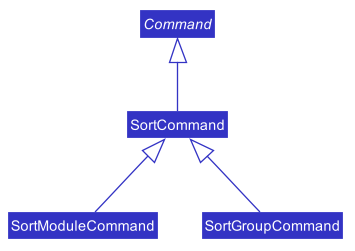
Before: docs/images/SortCommandsClassDiagram.png, a diagram exported from PlantUML (nus-cs2103-AY1920S2/addressbook-level3).
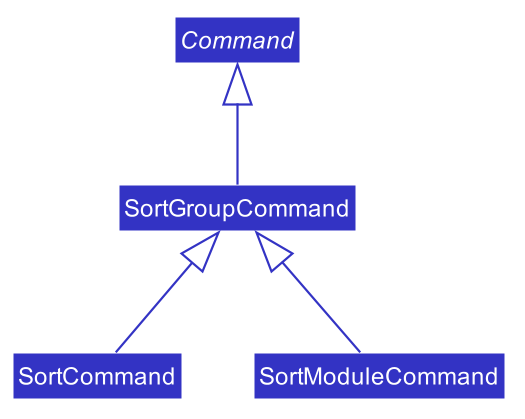
The same diagram one commit later.

The edit, as a diff of the source:
```diff
@@ -56,8 +56,8 @@
 class SortModuleCommand
 class SortGroupCommand
 
-SortCommand -up-|> Command
-SortModuleCommand -up-|> SortCommand
-SortGroupCommand -up-|> SortCommand
+SortGroupCommand -up-|> Command
+SortModuleCommand -up-|> SortGroupCommand
+SortCommand -up-|> SortGroupCommand
 
 @enduml
```
